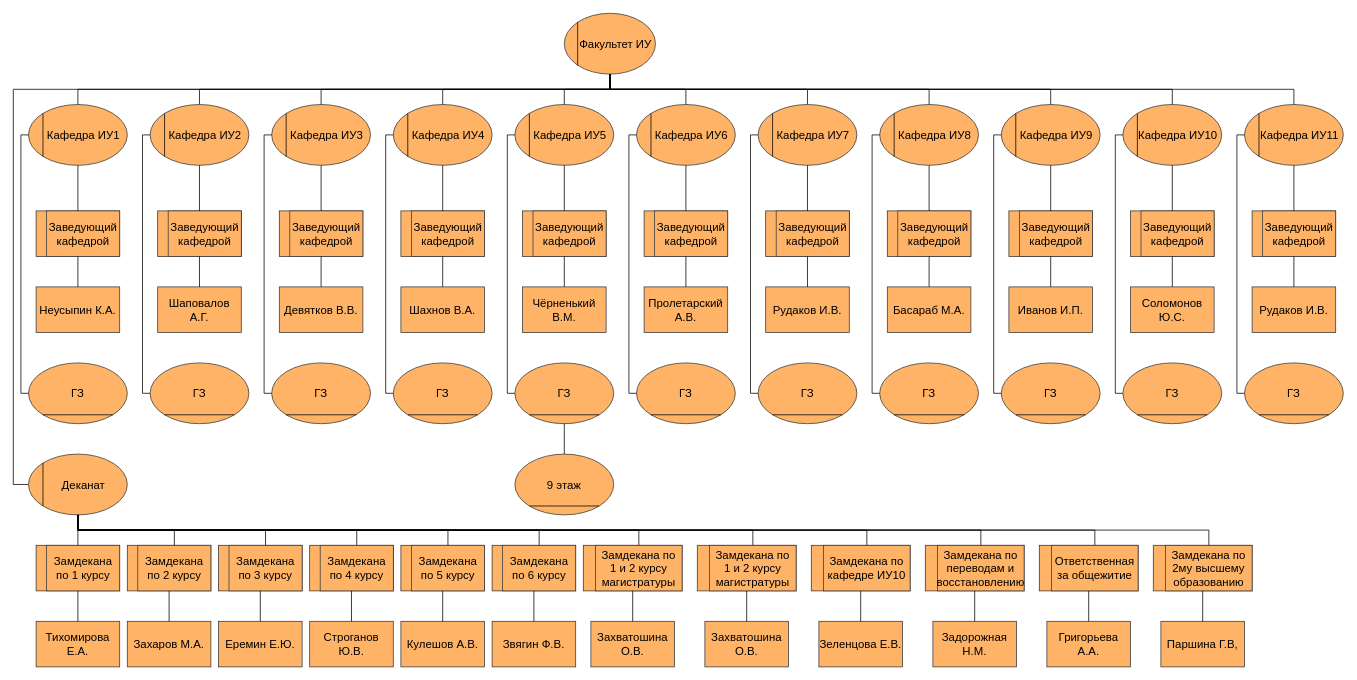
This is ERP l1.drawio from DMfananddu/ERP, a draw.io file, before an edit. Source tidied: cells renumbered, new cells numbered last; positions are measured from the earlier drawing's top-left corner, leaving out a move shared by most shapes. Both pictures are drawn from the tidied source at 76%, with x=0, y=0 at pixel (13, 13).
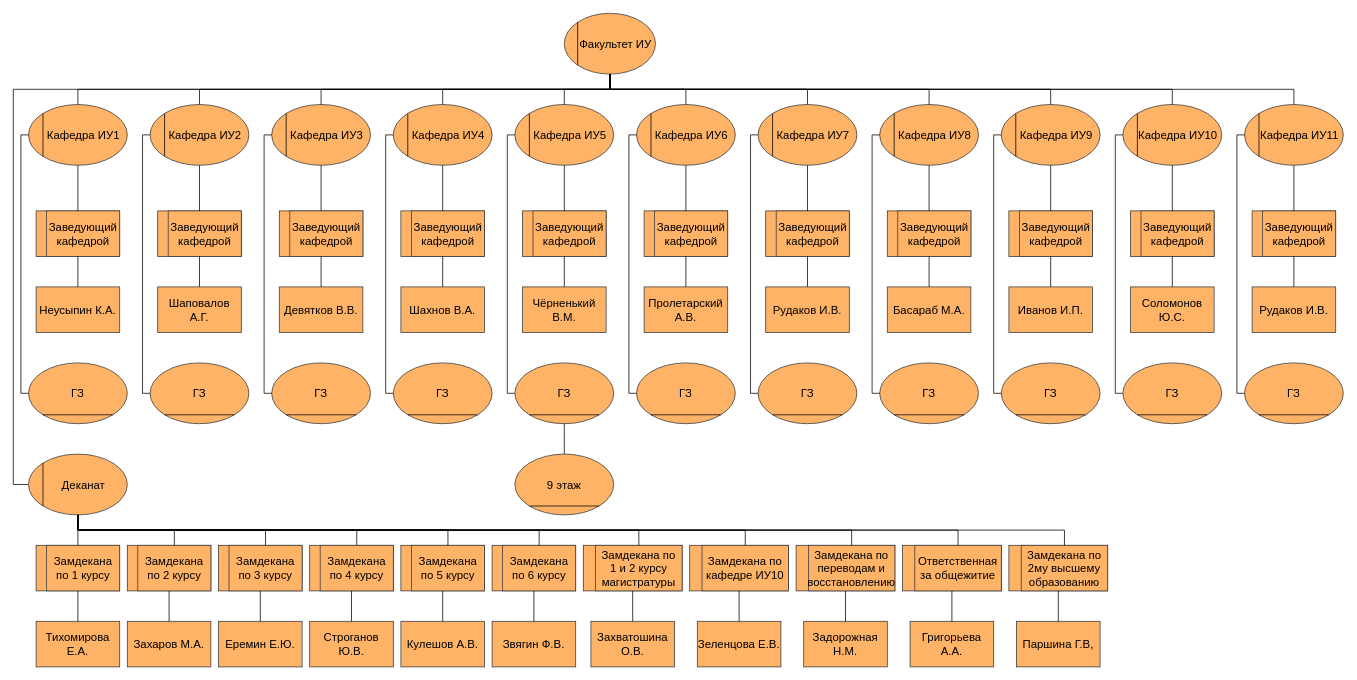
The same page after the edit.

The change refers to these unchanged cells:
```xml
<mxCell id="165" value="Деканат" style="ellipse;whiteSpace=wrap;html=1;rounded=0;strokeColor=#36393d;spacingLeft=15;fillColor=#FFB366;fontSize=15;" parent="164" vertex="1">
  <mxGeometry width="130" height="80" as="geometry" />
</mxCell>
```

Change to the diagram source:
```diff
@@
-    <mxCell id="209" style="group;fontSize=15;fillColor=#FFB366;" parent="1" vertex="1">
-      <mxGeometry x="900" y="700" width="130" height="60" as="geometry" />
-    </mxCell>
-    <mxCell id="210" style="rounded=0;whiteSpace=wrap;html=1;strokeColor=#36393d;fontSize=15;fillColor=#FFB366;" parent="209" vertex="1">
-      <mxGeometry width="130" height="60" as="geometry" />
-    </mxCell>
-    <mxCell id="211" value="&lt;span style=&quot;font-size: 15px&quot;&gt;Замдекана по&lt;br&gt;1 и 2 курсу магистратуры&lt;/span&gt;" style="rounded=0;whiteSpace=wrap;html=1;strokeColor=#36393d;fillColor=#FFB366;" parent="209" vertex="1">
-      <mxGeometry x="16.2" width="113.8" height="60" as="geometry" />
-    </mxCell>
-    <mxCell id="212" value="&lt;span style=&quot;font-size: 15px&quot;&gt;Захватошина О.В.&lt;/span&gt;" style="rounded=0;whiteSpace=wrap;html=1;strokeColor=#36393d;fillColor=#FFB366;" parent="1" vertex="1">
-      <mxGeometry x="910" y="800" width="110" height="60" as="geometry" />
-    </mxCell>
-    <mxCell id="213" style="edgeStyle=orthogonalEdgeStyle;rounded=0;jettySize=auto;html=1;fontSize=15;startArrow=none;startFill=0;endArrow=none;endFill=0;" parent="1" edge="1" source="210" target="212">
-      <mxGeometry relative="1" as="geometry" />
+    <mxCell id="213" style="edgeStyle=orthogonalEdgeStyle;rounded=0;orthogonalLoop=1;jettySize=auto;html=1;fontSize=15;startArrow=none;startFill=0;endArrow=none;endFill=0;" parent="1" edge="1">
+      <mxGeometry relative="1" as="geometry">
+        <mxPoint x="965" y="760" as="sourcePoint" />
+      </mxGeometry>
     </mxCell>
     <mxCell id="214" style="group;fontSize=15;fillColor=#FFB366;" parent="1" vertex="1">
-      <mxGeometry x="1050" y="700" width="130" height="60" as="geometry" />
+      <mxGeometry x="890" y="700" width="130" height="60" as="geometry" />
     </mxCell>
@@
     <mxCell id="217" value="&lt;span style=&quot;font-size: 15px&quot;&gt;Зеленцова Е.В.&lt;/span&gt;" style="rounded=0;whiteSpace=wrap;html=1;strokeColor=#36393d;fillColor=#FFB366;" parent="1" vertex="1">
-      <mxGeometry x="1060" y="800" width="110" height="60" as="geometry" />
+      <mxGeometry x="900" y="800" width="110" height="60" as="geometry" />
     </mxCell>
@@
     <mxCell id="219" style="group;fontSize=15;fillColor=#FFB366;" parent="1" vertex="1">
-      <mxGeometry x="1200" y="700" width="130" height="60" as="geometry" />
+      <mxGeometry x="1030" y="700" width="130" height="60" as="geometry" />
     </mxCell>
@@
     <mxCell id="222" value="&lt;span style=&quot;font-size: 15px&quot;&gt;Задорожная Н.М.&lt;/span&gt;" style="rounded=0;whiteSpace=wrap;html=1;strokeColor=#36393d;fillColor=#FFB366;" parent="1" vertex="1">
-      <mxGeometry x="1210" y="800" width="110" height="60" as="geometry" />
+      <mxGeometry x="1040" y="800" width="110" height="60" as="geometry" />
     </mxCell>
@@
     <mxCell id="224" style="group;fontSize=15;fillColor=#FFB366;" parent="1" vertex="1">
-      <mxGeometry x="1350" y="700" width="130" height="60" as="geometry" />
+      <mxGeometry x="1170" y="700" width="130" height="60" as="geometry" />
     </mxCell>
@@
     <mxCell id="227" value="&lt;span style=&quot;font-size: 15px&quot;&gt;Григорьева А.А.&lt;/span&gt;" style="rounded=0;whiteSpace=wrap;html=1;strokeColor=#36393d;fillColor=#FFB366;" parent="1" vertex="1">
-      <mxGeometry x="1360" y="800" width="110" height="60" as="geometry" />
+      <mxGeometry x="1180" y="800" width="110" height="60" as="geometry" />
     </mxCell>
@@
     <mxCell id="229" style="group;fontSize=15;fillColor=#FFB366;" parent="1" vertex="1">
-      <mxGeometry x="1500" y="700" width="130" height="60" as="geometry" />
+      <mxGeometry x="1310" y="700" width="130" height="60" as="geometry" />
     </mxCell>
@@
     <mxCell id="232" value="&lt;span style=&quot;font-size: 15px&quot;&gt;Паршина Г.В,&lt;/span&gt;" style="rounded=0;whiteSpace=wrap;html=1;strokeColor=#36393d;fillColor=#FFB366;" parent="1" vertex="1">
-      <mxGeometry x="1510" y="800" width="110" height="60" as="geometry" />
+      <mxGeometry x="1320" y="800" width="110" height="60" as="geometry" />
     </mxCell>
@@
-    <mxCell id="234" style="edgeStyle=orthogonalEdgeStyle;rounded=0;jettySize=auto;html=1;exitX=0.5;exitY=0;exitDx=0;exitDy=0;entryX=0.5;entryY=1;entryDx=0;entryDy=0;fontSize=15;startArrow=none;startFill=0;endArrow=none;endFill=0;" parent="1" edge="1" source="211" target="165">
-      <mxGeometry relative="1" as="geometry" />
-    </mxCell>
```
